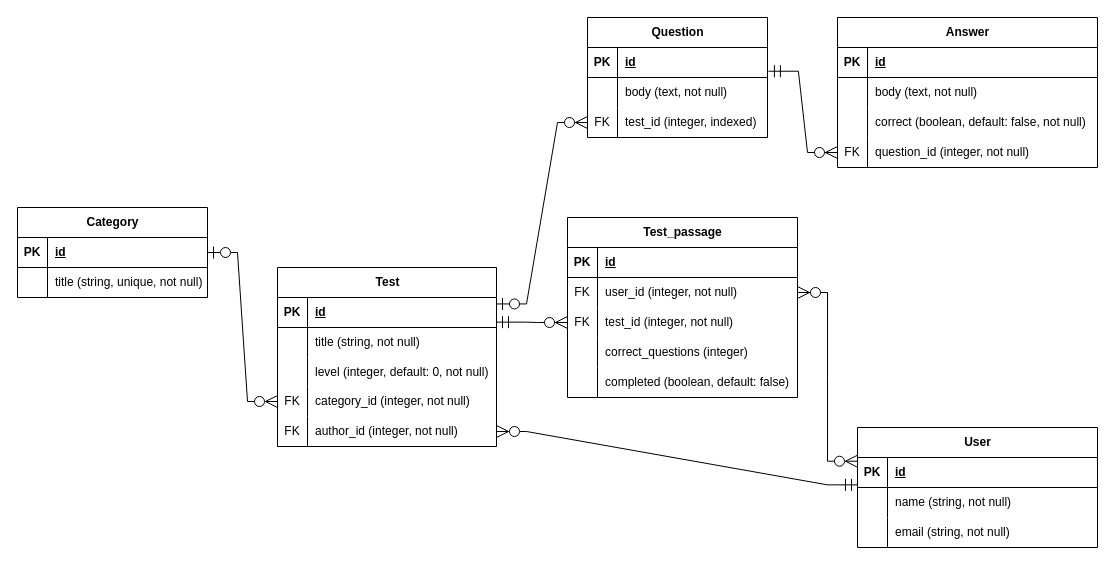
Before: Untitled Diagram.drawio in RomaVega/test-guru, a draw.io diagram. Source tidied: cells renumbered, new cells numbered last; positions are measured from the earlier drawing's top-left corner, leaving out a move shared by most shapes. Both pictures are drawn from the tidied source at 100%, with x=0, y=0 at pixel (17, 17).
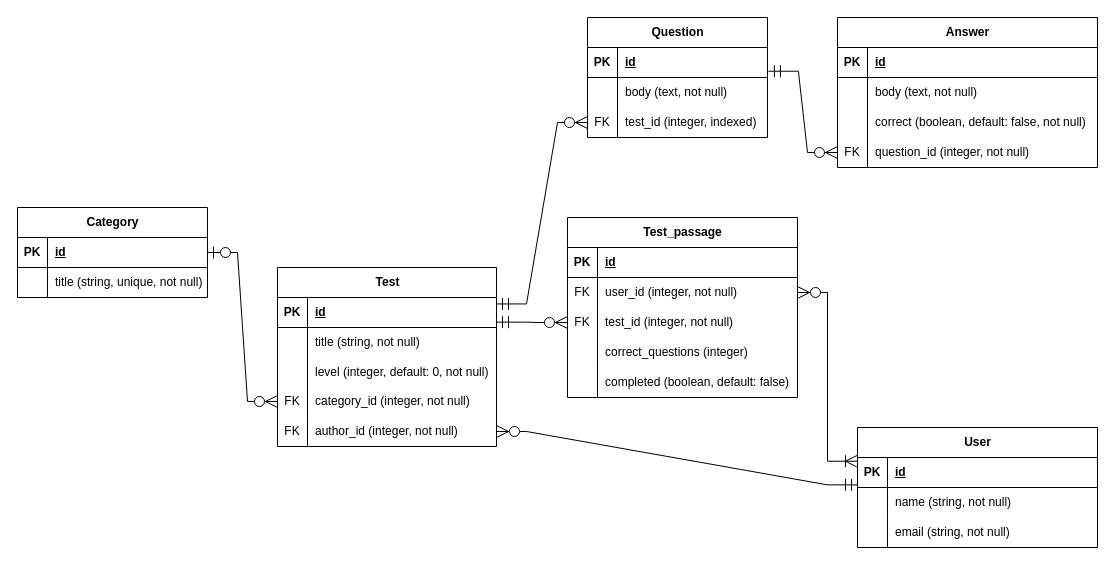
The same diagram, later.

The change refers to these unchanged cells:
```xml
<mxCell id="10" style="shape=tableRow;horizontal=0;startSize=0;swimlaneHead=0;swimlaneBody=0;fillColor=none;points=[[0,0.5],[1,0.5]];portConstraint=eastwest;top=0;left=0;right=0;bottom=1;fontSize=12;" parent="9" vertex="1">
  <mxGeometry y="30" width="219" height="30" as="geometry" />
</mxCell>
<mxCell id="33" style="shape=tableRow;horizontal=0;startSize=0;swimlaneHead=0;swimlaneBody=0;fillColor=none;points=[[0,0.5],[1,0.5]];portConstraint=eastwest;top=0;left=0;right=0;bottom=0;fontSize=12;" parent="26" vertex="1">
  <mxGeometry y="90" width="180" height="30" as="geometry" />
</mxCell>
<mxCell id="37" style="shape=tableRow;horizontal=0;startSize=0;swimlaneHead=0;swimlaneBody=0;fillColor=none;points=[[0,0.5],[1,0.5]];portConstraint=eastwest;top=0;left=0;right=0;bottom=1;fontSize=12;" parent="36" vertex="1">
  <mxGeometry y="30" width="240" height="30" as="geometry" />
</mxCell>
<mxCell id="50" style="shape=tableRow;horizontal=0;startSize=0;swimlaneHead=0;swimlaneBody=0;fillColor=none;points=[[0,0.5],[1,0.5]];portConstraint=eastwest;top=0;left=0;right=0;bottom=0;fontSize=12;" parent="46" vertex="1">
  <mxGeometry y="60" width="230" height="30" as="geometry" />
</mxCell>
```

The edit, as a diff of the source:
```diff
@@
-    <mxCell id="75" style="edgeStyle=entityRelationEdgeStyle;fontSize=12;html=1;endArrow=ERzeroToMany;startArrow=ERzeroToOne;rounded=0;entryX=0;entryY=0.5;entryDx=0;entryDy=0;endSize=10;startSize=10;exitX=1;exitY=0.215;exitDx=0;exitDy=0;exitPerimeter=0;" parent="1" edge="1" source="10" target="33">
+    <mxCell id="75" style="edgeStyle=entityRelationEdgeStyle;fontSize=12;html=1;endArrow=ERzeroToMany;startArrow=ERmandOne;rounded=0;entryX=0;entryY=0.5;entryDx=0;entryDy=0;endSize=10;startSize=10;exitX=1;exitY=0.215;exitDx=0;exitDy=0;exitPerimeter=0;startFill=0;" parent="1" edge="1" source="10" target="33">
       <mxGeometry relative="1" as="geometry" />
     </mxCell>
@@
-    <mxCell id="77" style="edgeStyle=entityRelationEdgeStyle;fontSize=12;html=1;endArrow=ERzeroToMany;startArrow=ERzeroToMany;rounded=0;exitX=1;exitY=0.5;exitDx=0;exitDy=0;entryX=0;entryY=0.124;entryDx=0;entryDy=0;endFill=0;endSize=10;startSize=10;entryPerimeter=0;" parent="1" edge="1" source="50" target="37">
+    <mxCell id="77" style="edgeStyle=entityRelationEdgeStyle;fontSize=12;html=1;endArrow=ERoneToMany;startArrow=ERzeroToMany;rounded=0;exitX=1;exitY=0.5;exitDx=0;exitDy=0;entryX=0;entryY=0.124;entryDx=0;entryDy=0;endFill=0;endSize=10;startSize=10;entryPerimeter=0;" parent="1" edge="1" source="50" target="37">
       <mxGeometry relative="1" as="geometry" />
     </mxCell>
```
